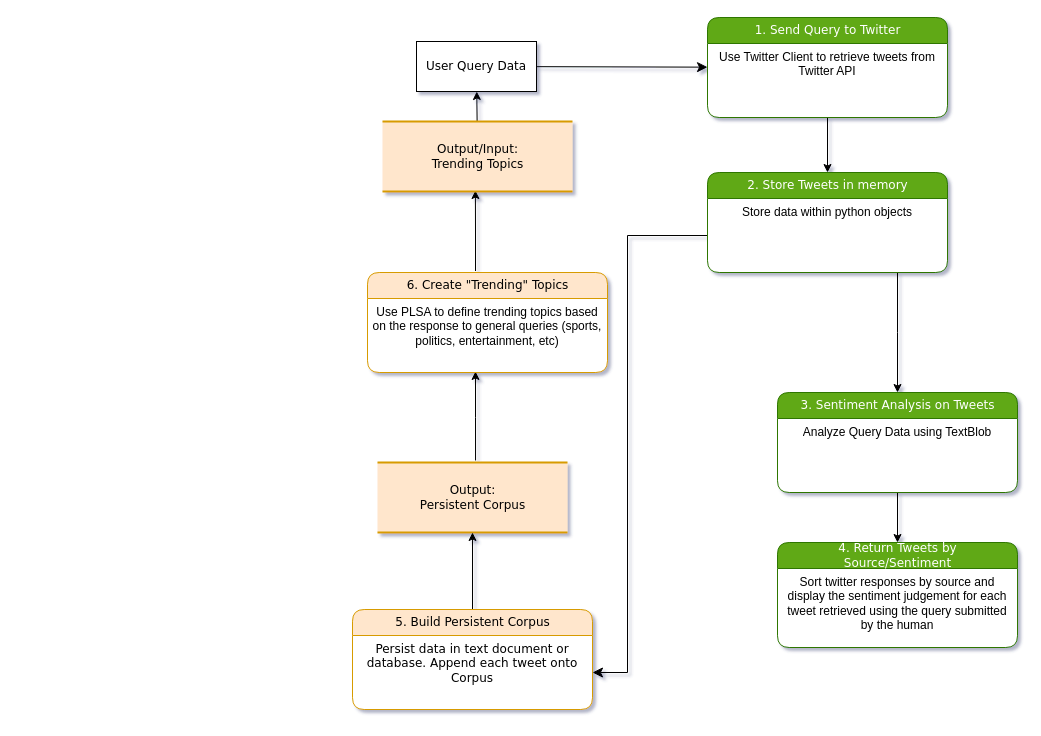
PeterWJefferson/CourseProject keeps this draw.io diagram as page "Page-1" (1 of 2) of .docs/Process Model.drawio. Above is the earlier version. Source tidied: cells renumbered, new cells numbered last; positions are measured from the earlier drawing's top-left corner, leaving out a move shared by most shapes. Both pictures are drawn from the tidied source at 100%, with x=0, y=0 at pixel (352, 17).
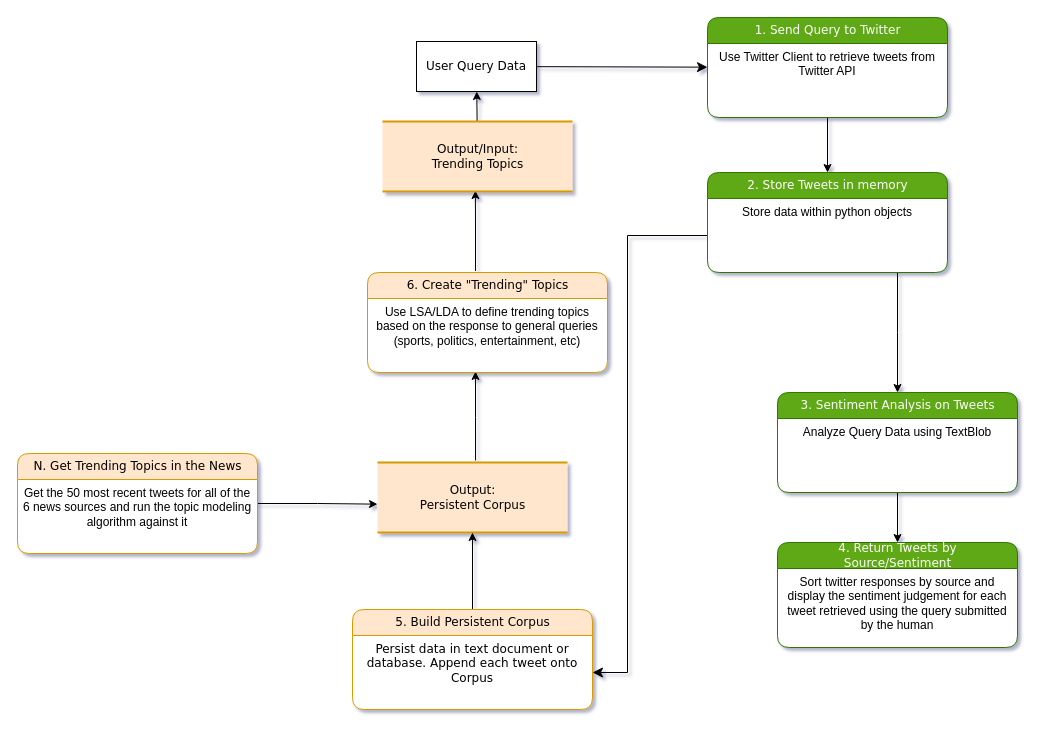
The same diagram, later.

Commit message (it also covers changes not shown here):
refactor: adds plsa, and starts the initial tweets search

The change refers to these unchanged cells:
```xml
<mxCell id="3" value="Output:&lt;br&gt;Persistent Corpus" style="html=1;rounded=0;shadow=0;comic=0;labelBackgroundColor=none;strokeWidth=2;fontFamily=Verdana;fontSize=12;align=center;shape=mxgraph.ios7ui.horLines;fillColor=#ffe6cc;strokeColor=#d79b00;" parent="1" vertex="1">
  <mxGeometry x="25" y="445" width="190" height="70" as="geometry" />
</mxCell>
<mxCell id="20" value="6. Create &quot;Trending&quot; Topics" style="swimlane;html=1;fontStyle=0;horizontal=1;startSize=26;fillColor=#ffe6cc;swimlaneFillColor=#ffffff;align=center;rounded=1;shadow=0;comic=0;labelBackgroundColor=none;strokeWidth=1;fontFamily=Verdana;fontSize=12;strokeColor=#d79b00;" parent="1" vertex="1">
  <mxGeometry x="15" y="255" width="240" height="100" as="geometry" />
</mxCell>
```

Change to the diagram source:
```diff
@@
-    <mxCell id="21" value="Use PLSA to define trending topics based on the response to general queries (sports, politics, entertainment, etc)" style="text;html=1;strokeColor=none;fillColor=none;spacingLeft=4;spacingRight=4;whiteSpace=wrap;overflow=hidden;points=[[0,0.5],[1,0.5]];portConstraint=eastwest;align=center;" parent="20" vertex="1">
+    <mxCell id="21" value="Use LSA/LDA to define trending topics based on the response to general queries (sports, politics, entertainment, etc)" style="text;html=1;strokeColor=none;fillColor=none;spacingLeft=4;spacingRight=4;whiteSpace=wrap;overflow=hidden;points=[[0,0.5],[1,0.5]];portConstraint=eastwest;align=center;" parent="20" vertex="1">
       <mxGeometry y="26" width="240" height="74" as="geometry" />
     </mxCell>
@@
+    <mxCell id="26" style="edgeStyle=orthogonalEdgeStyle;html=1;rounded=0;entryX=0;entryY=0.595;entryDx=0;entryDy=0;entryPerimeter=0;" parent="1" edge="1" source="27" target="3">
+      <mxGeometry relative="1" as="geometry" />
+    </mxCell>
+    <mxCell id="27" value="N. Get Trending Topics in the News" style="swimlane;html=1;fontStyle=0;horizontal=1;startSize=26;fillColor=#ffe6cc;swimlaneFillColor=#ffffff;align=center;rounded=1;shadow=0;comic=0;labelBackgroundColor=none;strokeWidth=1;fontFamily=Verdana;fontSize=12;strokeColor=#d79b00;" parent="1" vertex="1">
+      <mxGeometry x="-335" y="436" width="240" height="100" as="geometry" />
+    </mxCell>
+    <mxCell id="28" value="Get the 50 most recent tweets for all of the 6 news sources and run the topic modeling algorithm against it" style="text;html=1;strokeColor=none;fillColor=none;spacingLeft=4;spacingRight=4;whiteSpace=wrap;overflow=hidden;align=center;" parent="27" vertex="1">
+      <mxGeometry y="26" width="240" height="74" as="geometry" />
+    </mxCell>
```
